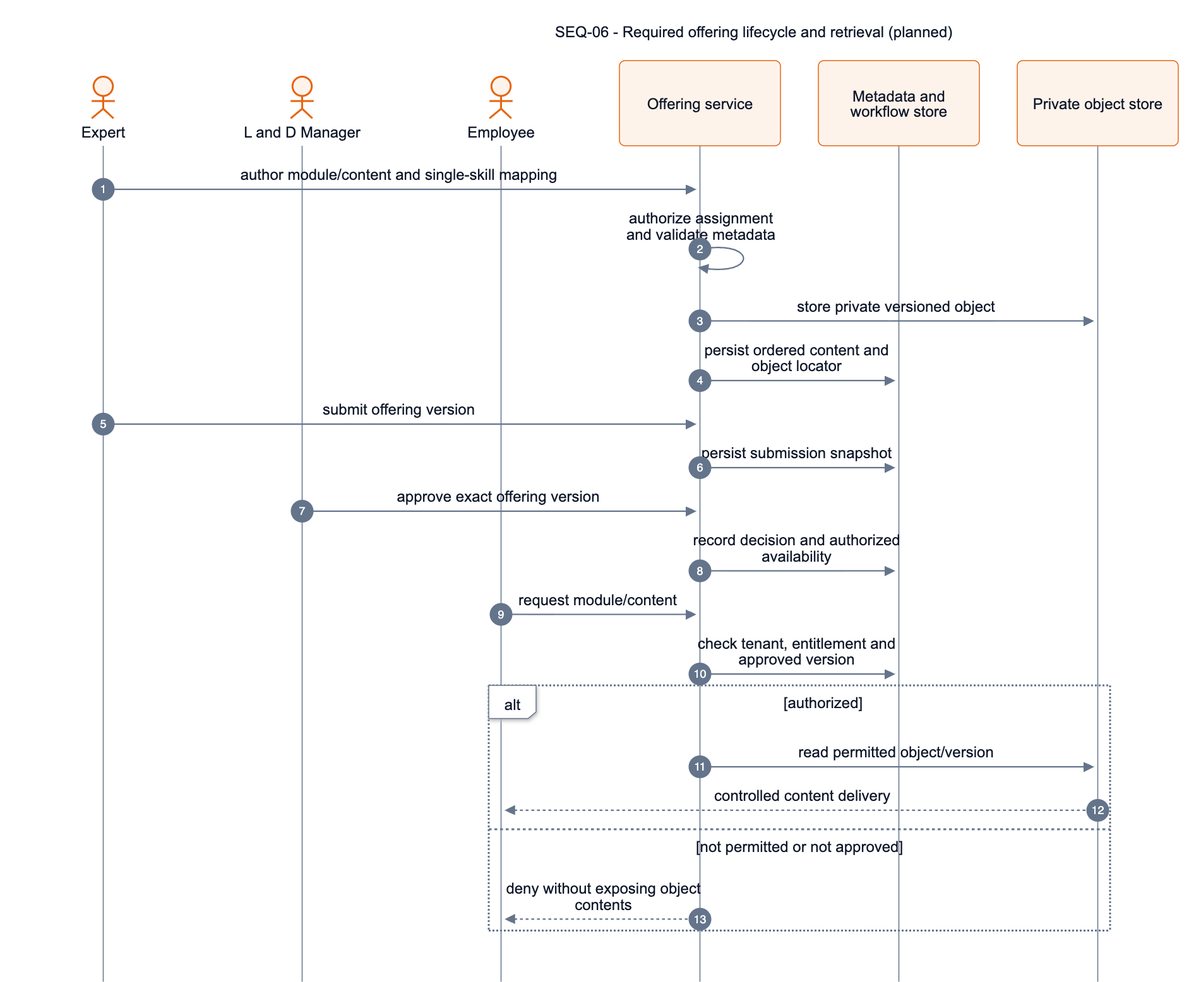
Before: documents/diagrams/mermaid/seq-06.png, a diagram exported from Mermaid (SEP490-Fall-2026-GFA26SE64/SEP490). Its source is kept beside it as documents/diagrams/mermaid/seq-06.mmd.
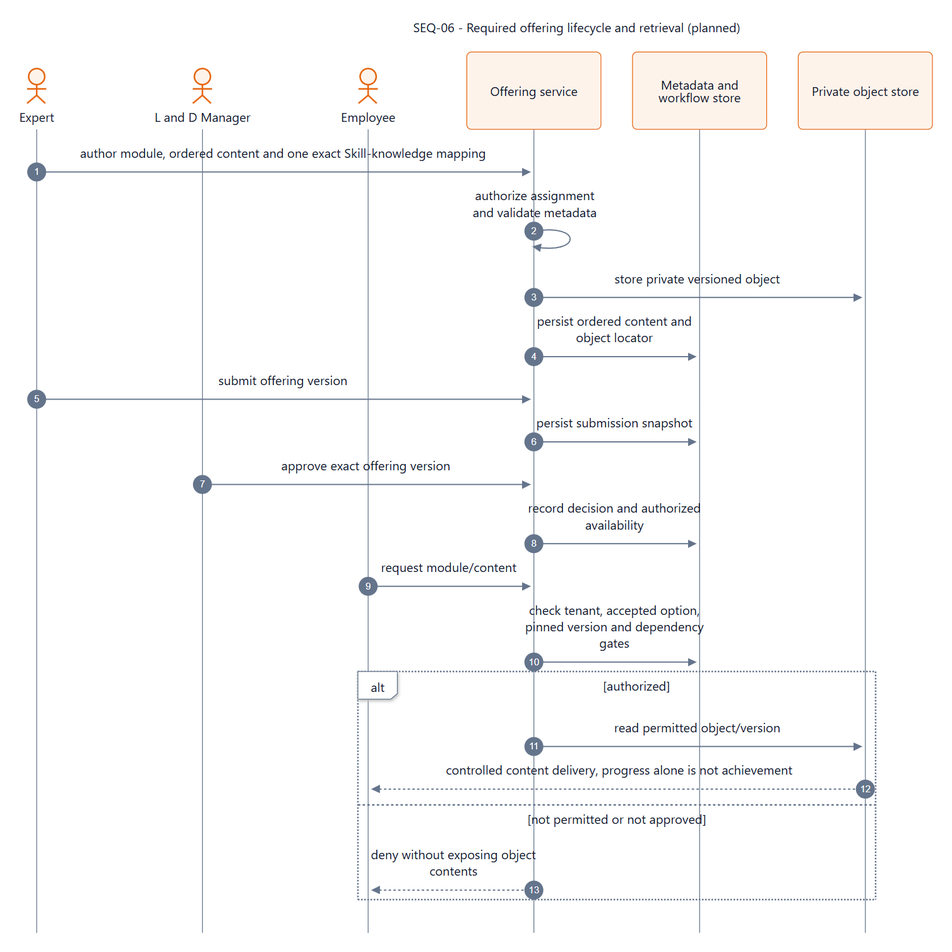
Later version of the same file.

Change to the diagram source:
```diff
@@ -2,6 +2,7 @@
 title: "SEQ-06 - Required offering lifecycle and retrieval (planned)"
 config: {"theme":"base","fontFamily":"Segoe UI, Arial, sans-serif","themeVariables":{"fontFamily":"Segoe UI, Arial, sans-serif","fontSize":"16px","primaryColor":"#ffffff","primaryTextColor":"#0f1729","primaryBorderColor":"#64748b","secondaryColor":"#fef3eb","tertiaryColor":"#ffffff","lineColor":"#64748b","textColor":"#0f1729","mainBkg":"#ffffff","background":"#ffffff","clusterBkg":"#ffffff","clusterBorder":"#64748b","edgeLabelBackground":"#ffffff","titleColor":"#0f1729","noteBkgColor":"#fef3eb","noteTextColor":"#0f1729","noteBorderColor":"#e6650f","actorBkg":"#fef3eb","actorBorder":"#e6650f","actorTextColor":"#0f1729","actorLineColor":"#64748b","signalColor":"#64748b","signalTextColor":"#0f1729","labelBoxBkgColor":"#ffffff","labelBoxBorderColor":"#64748b","labelTextColor":"#0f1729","loopTextColor":"#0f1729","activationBkgColor":"#fef3eb","activationBorderColor":"#e6650f","sequenceNumberColor":"#ffffff","secondaryBorderColor":"#64748b","tertiaryBorderColor":"#64748b","secondaryTextColor":"#0f1729","tertiaryTextColor":"#0f1729"},"sequence":{"actorMargin":40,"width":170,"height":56,"diagramMarginX":24,"diagramMarginY":24,"boxMargin":12,"boxTextMargin":8,"noteMargin":16,"messageMargin":38,"mirrorActors":false,"wrap":true,"wrapPadding":12,"actorFontSize":15,"messageFontSize":14,"noteFontSize":14,"actorFontFamily":"Segoe UI, Arial, sans-serif","messageFontFamily":"Segoe UI, Arial, sans-serif","noteFontFamily":"Segoe UI, Arial, sans-serif"},"themeCSS":".actor-line { stroke-width: 1px; }"}
 ---
+
 sequenceDiagram
   autonumber
   actor SDD_SEQ_06_Expert as Expert
@@ -10,7 +11,7 @@
   participant SDD_SEQ_06_Service as Offering service
   participant SDD_SEQ_06_DB as Metadata and workflow store
   participant SDD_SEQ_06_Store as Private object store
-  SDD_SEQ_06_Expert->>SDD_SEQ_06_Service: author module/content and single-skill mapping
+  SDD_SEQ_06_Expert->>SDD_SEQ_06_Service: author module, ordered content and one exact Skill-knowledge mapping
   SDD_SEQ_06_Service->>SDD_SEQ_06_Service: authorize assignment and validate metadata
   SDD_SEQ_06_Service->>SDD_SEQ_06_Store: store private versioned object
   SDD_SEQ_06_Service->>SDD_SEQ_06_DB: persist ordered content and object locator
@@ -19,10 +20,10 @@
   SDD_SEQ_06_LD->>SDD_SEQ_06_Service: approve exact offering version
   SDD_SEQ_06_Service->>SDD_SEQ_06_DB: record decision and authorized availability
   SDD_SEQ_06_Employee->>SDD_SEQ_06_Service: request module/content
-  SDD_SEQ_06_Service->>SDD_SEQ_06_DB: check tenant, entitlement and approved version
+  SDD_SEQ_06_Service->>SDD_SEQ_06_DB: check tenant, accepted option, pinned version and dependency gates
   alt authorized
   SDD_SEQ_06_Service->>SDD_SEQ_06_Store: read permitted object/version
-  SDD_SEQ_06_Store-->>SDD_SEQ_06_Employee: controlled content delivery
+  SDD_SEQ_06_Store-->>SDD_SEQ_06_Employee: controlled content delivery, progress alone is not achievement
   else not permitted or not approved
   SDD_SEQ_06_Service-->>SDD_SEQ_06_Employee: deny without exposing object contents
   end
```
